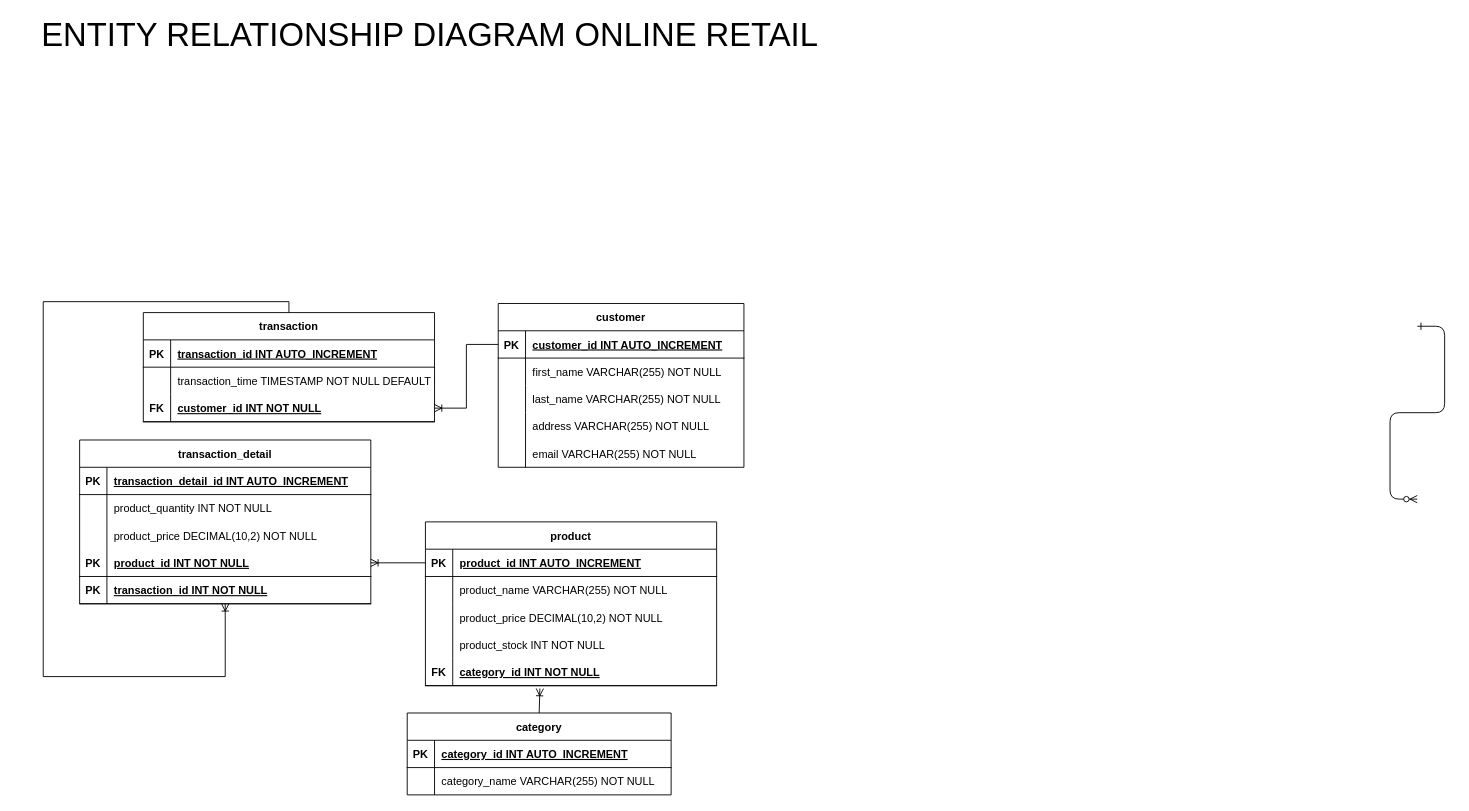
Earlier version of the draw.io diagram ERD-online-retail.drawio (hushus23/tugas-database-online-retail-mysql). Source tidied: cells renumbered, new cells numbered last; positions are measured from the earlier drawing's top-left corner, leaving out a move shared by most shapes. Both pictures are drawn from the tidied source at 91%, with x=0, y=0 at pixel (15, 21).
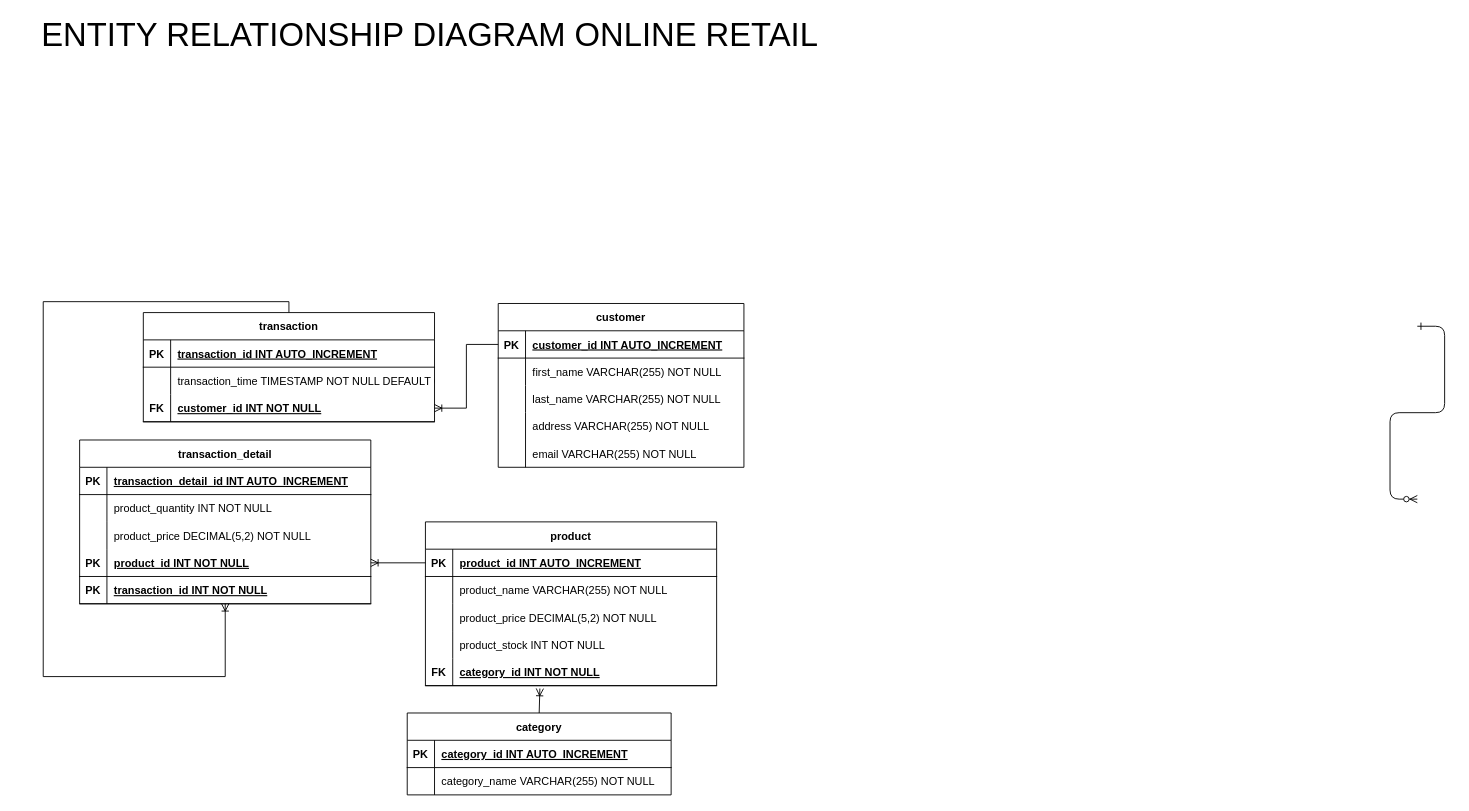
After the change.

Unchanged cells that the change refers to:
```xml
<mxCell id="26" style="shape=tableRow;horizontal=0;startSize=0;swimlaneHead=0;swimlaneBody=0;fillColor=none;strokeColor=inherit;top=0;left=0;right=0;bottom=0;" parent="19" vertex="1">
  <mxGeometry y="90" width="320" height="30" as="geometry" />
</mxCell>
<mxCell id="45" style="shape=tableRow;horizontal=0;startSize=0;swimlaneHead=0;swimlaneBody=0;fillColor=none;strokeColor=inherit;top=0;left=0;right=0;bottom=0;" parent="38" vertex="1">
  <mxGeometry y="90" width="320" height="30" as="geometry" />
</mxCell>
```

Diff of the diagram source:
```diff
@@
-    <mxCell id="28" value="product_price DECIMAL(10,2) NOT NULL" style="shape=partialRectangle;overflow=hidden;fillColor=none;align=left;strokeColor=inherit;top=0;left=0;bottom=0;right=0;spacingLeft=6;" parent="26" vertex="1">
+    <mxCell id="28" value="product_price DECIMAL(5,2) NOT NULL" style="shape=partialRectangle;overflow=hidden;fillColor=none;align=left;strokeColor=inherit;top=0;left=0;bottom=0;right=0;spacingLeft=6;" parent="26" vertex="1">
       <mxGeometry x="30" width="290" height="30" as="geometry" />
     </mxCell>
@@
-    <mxCell id="47" value="product_price DECIMAL(10,2) NOT NULL" style="shape=partialRectangle;overflow=hidden;fillColor=none;align=left;strokeColor=inherit;top=0;left=0;bottom=0;right=0;spacingLeft=6;" parent="45" vertex="1">
+    <mxCell id="47" value="product_price DECIMAL(5,2) NOT NULL" style="shape=partialRectangle;overflow=hidden;fillColor=none;align=left;strokeColor=inherit;top=0;left=0;bottom=0;right=0;spacingLeft=6;" parent="45" vertex="1">
       <mxGeometry x="30" width="290" height="30" as="geometry" />
     </mxCell>
```
